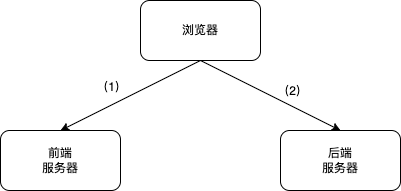
The draw.io diagram frontend.drawio.png in matter-labs/l2-intro-pre-ethdenver, before a commit. Source tidied: cells renumbered, new cells last; positions are measured from the earlier drawing's top-left corner, leaving out a move shared by most shapes.
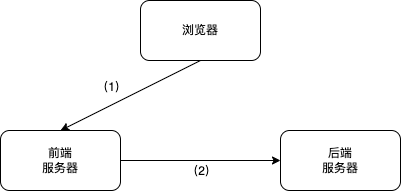
Above is the later version.

The edit, as a diff of the source:
```diff
@@ -5,17 +5,17 @@
     <mxCell id="2" value="（1）" style="rounded=0;jettySize=auto;html=1;exitX=0.5;exitY=1;exitDx=0;exitDy=0;entryX=0.5;entryY=0;entryDx=0;entryDy=0;labelBackgroundColor=none;fontColor=default;" parent="1" edge="1" source="5" target="6">
       <mxGeometry x="0.17" y="-16" relative="1" as="geometry" />
     </mxCell>
-    <mxCell id="3" style="rounded=0;jettySize=auto;html=1;exitX=0.5;exitY=1;exitDx=0;exitDy=0;labelBackgroundColor=none;fontColor=default;entryX=0.5;entryY=0;entryDx=0;entryDy=0;" parent="1" edge="1" source="5" target="7">
-      <mxGeometry relative="1" as="geometry" />
-    </mxCell>
+    <mxCell id="5" value="浏览器" style="rounded=1;whiteSpace=wrap;html=1;labelBackgroundColor=none;" parent="1" vertex="1">
+      <mxGeometry x="140" width="120" height="60" as="geometry" />
+    </mxCell>
+    <mxCell id="8" style="edgeStyle=orthogonalEdgeStyle;rounded=0;jettySize=auto;html=1;exitX=1;exitY=0.5;exitDx=0;exitDy=0;entryX=0;entryY=0.5;entryDx=0;entryDy=0;" parent="1" edge="1" source="6" target="7">
+      <mxGeometry relative="1" as="geometry" />
+    </mxCell>
-    <mxCell id="4" value="（2）" style="edgeLabel;html=1;align=center;verticalAlign=middle;labelBackgroundColor=none;" parent="3" vertex="1">
-      <mxGeometry x="-0.13" relative="1" as="geometry">
-        <mxPoint x="31" as="offset" />
+    <mxCell id="4" value="（2）" style="edgeLabel;html=1;align=center;verticalAlign=middle;" parent="8" vertex="1">
+      <mxGeometry x="-0.03" y="3" relative="1" as="geometry">
+        <mxPoint x="2" y="13" as="offset" />
       </mxGeometry>
     </mxCell>
-    <mxCell id="5" value="浏览器" style="rounded=1;whiteSpace=wrap;html=1;labelBackgroundColor=none;" parent="1" vertex="1">
-      <mxGeometry x="140" width="120" height="60" as="geometry" />
-    </mxCell>
     <mxCell id="6" value="前端&lt;br&gt;服务器" style="rounded=1;whiteSpace=wrap;html=1;labelBackgroundColor=none;" parent="1" vertex="1">
       <mxGeometry y="130" width="120" height="60" as="geometry" />
     </mxCell>
```
